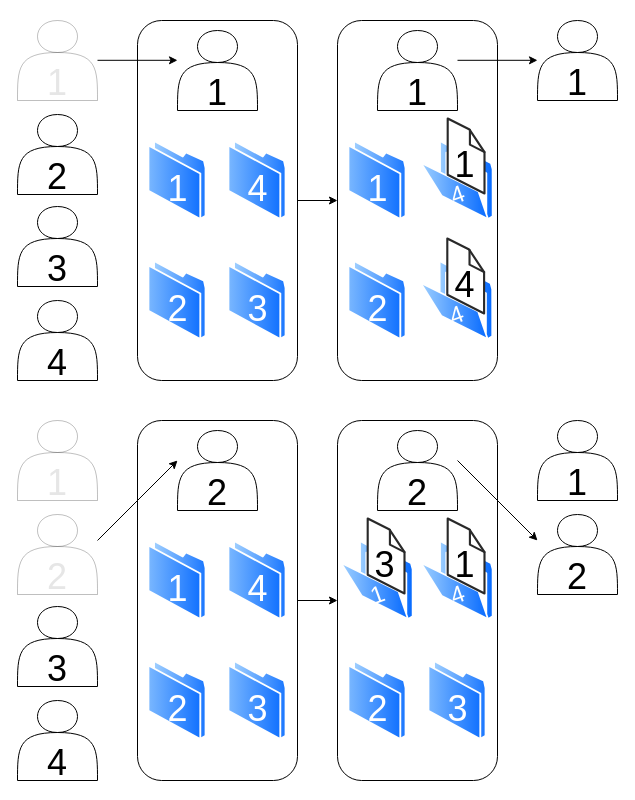
Earlier version of the draw.io diagram figures/boites.drawio (alexandre-pasco/maths-en-jean). Source tidied: cells renumbered, new cells numbered last; positions are measured from the earlier drawing's top-left corner, leaving out a move shared by most shapes. Both pictures are drawn from the tidied source at 100%, with x=0, y=0 at pixel (17, 20).
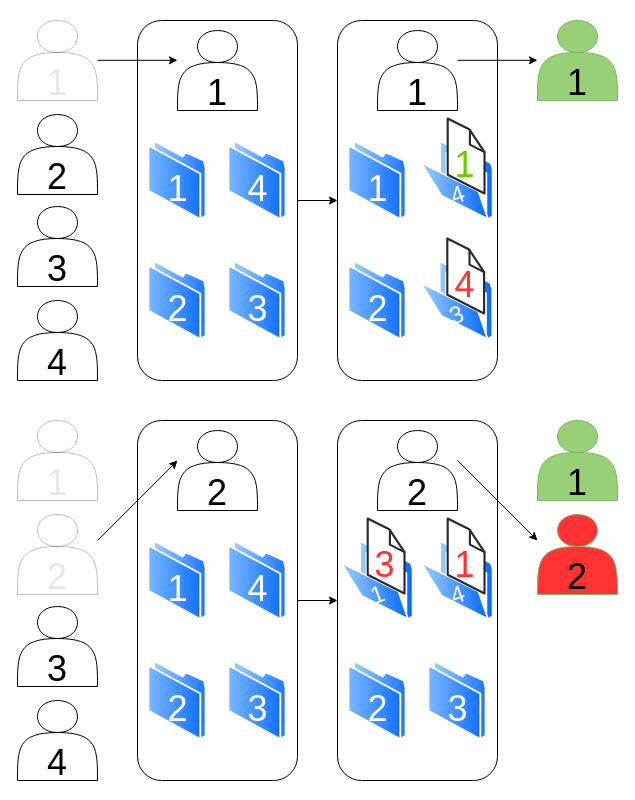
The same diagram, later.

Change to the diagram source:
```diff
@@
-    <mxCell id="12" value="&lt;font style=&quot;font-size: 36px;&quot;&gt;3&lt;/font&gt;" style="text;html=1;align=center;verticalAlign=middle;" parent="1" vertex="1">
+    <mxCell id="12" value="&lt;font color=&quot;#ff3333&quot; style=&quot;font-size: 36px;&quot;&gt;3&lt;/font&gt;" style="text;html=1;align=center;verticalAlign=middle;" parent="1" vertex="1">
       <mxGeometry x="347" y="514" width="40" height="60" as="geometry" />
     </mxCell>
@@
-    <mxCell id="16" value="&lt;font style=&quot;font-size: 36px;&quot;&gt;1&lt;/font&gt;" style="text;html=1;align=center;verticalAlign=middle;" parent="1" vertex="1">
+    <mxCell id="16" value="&lt;font color=&quot;#ff3333&quot; style=&quot;font-size: 36px;&quot;&gt;1&lt;/font&gt;" style="text;html=1;align=center;verticalAlign=middle;" parent="1" vertex="1">
       <mxGeometry x="427" y="514" width="40" height="60" as="geometry" />
     </mxCell>
@@
-    <mxCell id="43" value="&lt;font style=&quot;font-size: 36px;&quot;&gt;1&lt;/font&gt;" style="text;html=1;align=center;verticalAlign=middle;" parent="1" vertex="1">
+    <mxCell id="43" value="&lt;font color=&quot;#66cc00&quot; style=&quot;font-size: 36px;&quot;&gt;1&lt;/font&gt;" style="text;html=1;align=center;verticalAlign=middle;" parent="1" vertex="1">
       <mxGeometry x="427" y="114" width="40" height="60" as="geometry" />
     </mxCell>
@@
-    <mxCell id="47" value="&lt;font style=&quot;font-size: 36px;&quot;&gt;4&lt;/font&gt;" style="text;html=1;align=center;verticalAlign=middle;" parent="1" vertex="1">
+    <mxCell id="47" value="&lt;font color=&quot;#ff3333&quot; style=&quot;font-size: 36px;&quot;&gt;4&lt;/font&gt;" style="text;html=1;align=center;verticalAlign=middle;" parent="1" vertex="1">
       <mxGeometry x="426.6" y="234" width="40" height="60" as="geometry" />
     </mxCell>
-    <mxCell id="48" value="&lt;font style=&quot;font-size: 24px;&quot; color=&quot;#ffffff&quot;&gt;4&lt;/font&gt;" style="text;html=1;align=center;verticalAlign=middle;rotation=-20;" parent="1" vertex="1">
+    <mxCell id="48" value="&lt;font style=&quot;font-size: 24px;&quot; color=&quot;#ffffff&quot;&gt;3&lt;/font&gt;" style="text;html=1;align=center;verticalAlign=middle;rotation=-20;" parent="1" vertex="1">
       <mxGeometry x="419.4" y="275" width="40" height="40" as="geometry" />
     </mxCell>
@@
-    <mxCell id="52" value="&lt;div&gt;&lt;font style=&quot;font-size: 36px;&quot;&gt;&lt;br&gt;&lt;/font&gt;&lt;/div&gt;&lt;div&gt;&lt;font style=&quot;font-size: 36px;&quot;&gt;1&lt;/font&gt;&lt;/div&gt;" style="shape=actor;whiteSpace=wrap;html=1;" parent="1" vertex="1">
+    <mxCell id="52" value="&lt;div&gt;&lt;font style=&quot;font-size: 36px;&quot;&gt;&lt;br&gt;&lt;/font&gt;&lt;/div&gt;&lt;div&gt;&lt;font style=&quot;font-size: 36px;&quot;&gt;1&lt;/font&gt;&lt;/div&gt;" style="shape=actor;whiteSpace=wrap;html=1;fillColor=#97D077;strokeColor=#82b366;" parent="1" vertex="1">
       <mxGeometry x="520" width="80" height="80" as="geometry" />
     </mxCell>
@@
-    <mxCell id="60" value="&lt;div&gt;&lt;font style=&quot;font-size: 36px;&quot;&gt;&lt;br&gt;&lt;/font&gt;&lt;/div&gt;&lt;div&gt;&lt;font style=&quot;font-size: 36px;&quot;&gt;2&lt;/font&gt;&lt;/div&gt;" style="shape=actor;whiteSpace=wrap;html=1;" parent="1" vertex="1">
+    <mxCell id="60" value="&lt;div&gt;&lt;font style=&quot;font-size: 36px;&quot;&gt;&lt;br&gt;&lt;/font&gt;&lt;/div&gt;&lt;div&gt;&lt;font style=&quot;font-size: 36px;&quot;&gt;2&lt;/font&gt;&lt;/div&gt;" style="shape=actor;whiteSpace=wrap;html=1;fillColor=#FF3333;strokeColor=#82b366;" parent="1" vertex="1">
       <mxGeometry x="520" y="494" width="80" height="80" as="geometry" />
     </mxCell>
-    <mxCell id="61" value="&lt;div&gt;&lt;font style=&quot;font-size: 36px;&quot;&gt;&lt;br&gt;&lt;/font&gt;&lt;/div&gt;&lt;div&gt;&lt;font style=&quot;font-size: 36px;&quot;&gt;1&lt;/font&gt;&lt;/div&gt;" style="shape=actor;whiteSpace=wrap;html=1;" parent="1" vertex="1">
+    <mxCell id="61" value="&lt;div&gt;&lt;font style=&quot;font-size: 36px;&quot;&gt;&lt;br&gt;&lt;/font&gt;&lt;/div&gt;&lt;div&gt;&lt;font style=&quot;font-size: 36px;&quot;&gt;1&lt;/font&gt;&lt;/div&gt;" style="shape=actor;whiteSpace=wrap;html=1;fillColor=#97D077;strokeColor=#82b366;" parent="1" vertex="1">
       <mxGeometry x="520" y="400" width="80" height="80" as="geometry" />
     </mxCell>
```
